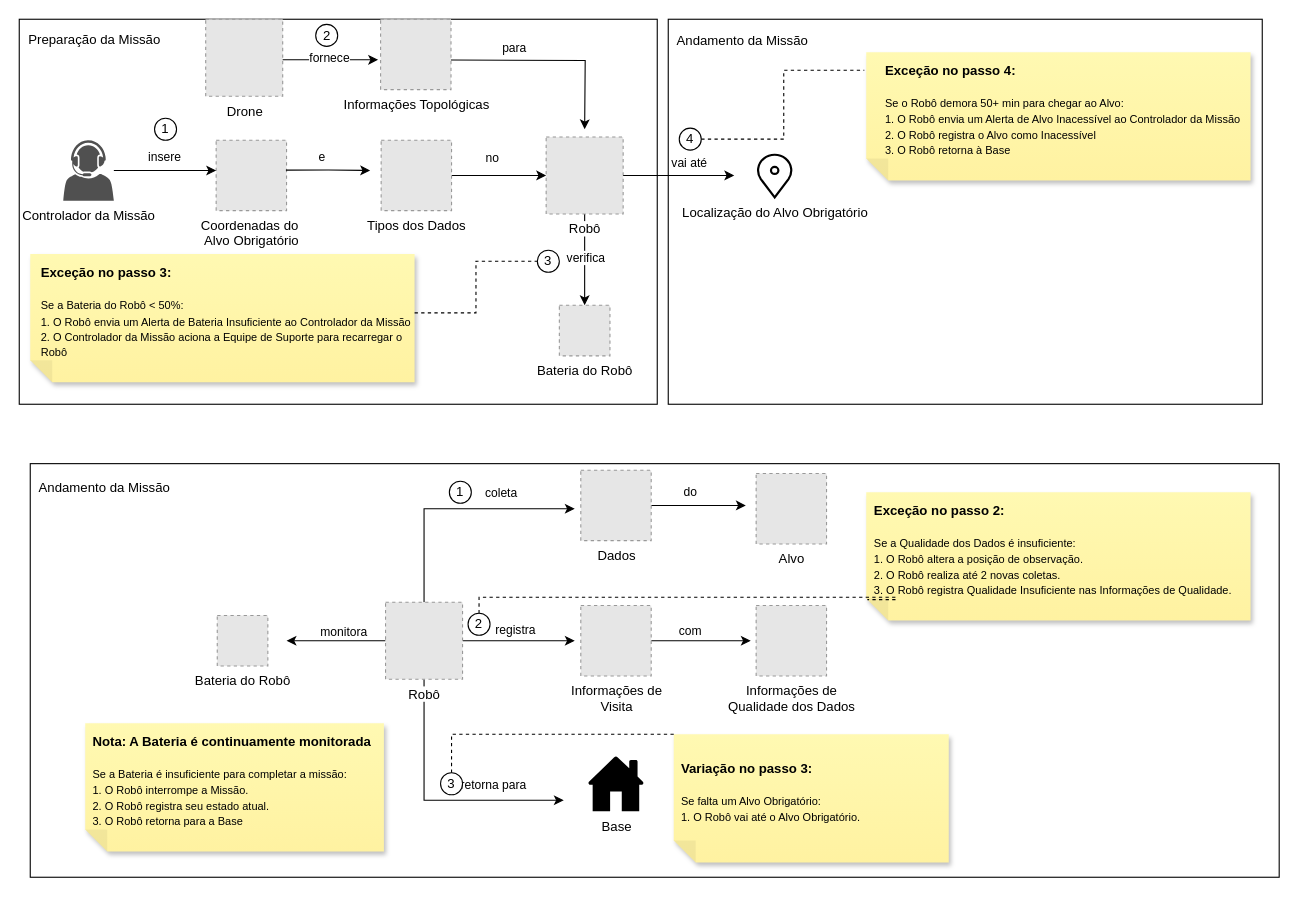
This is page "Cenário-1" (2 of 2) of fase-2-investigacao/diagramas/domain-scenarios.drawio from elisrb/projeto-si, a draw.io file, before an edit. Source tidied: cells renumbered, new cells numbered last; positions are measured from the earlier drawing's top-left corner, leaving out a move shared by most shapes. Both pictures are drawn from the tidied source at 110%, with x=0, y=0 at pixel (19, 19). Pictures stored in the file or linked from it are replaced by grey dashed boxes.
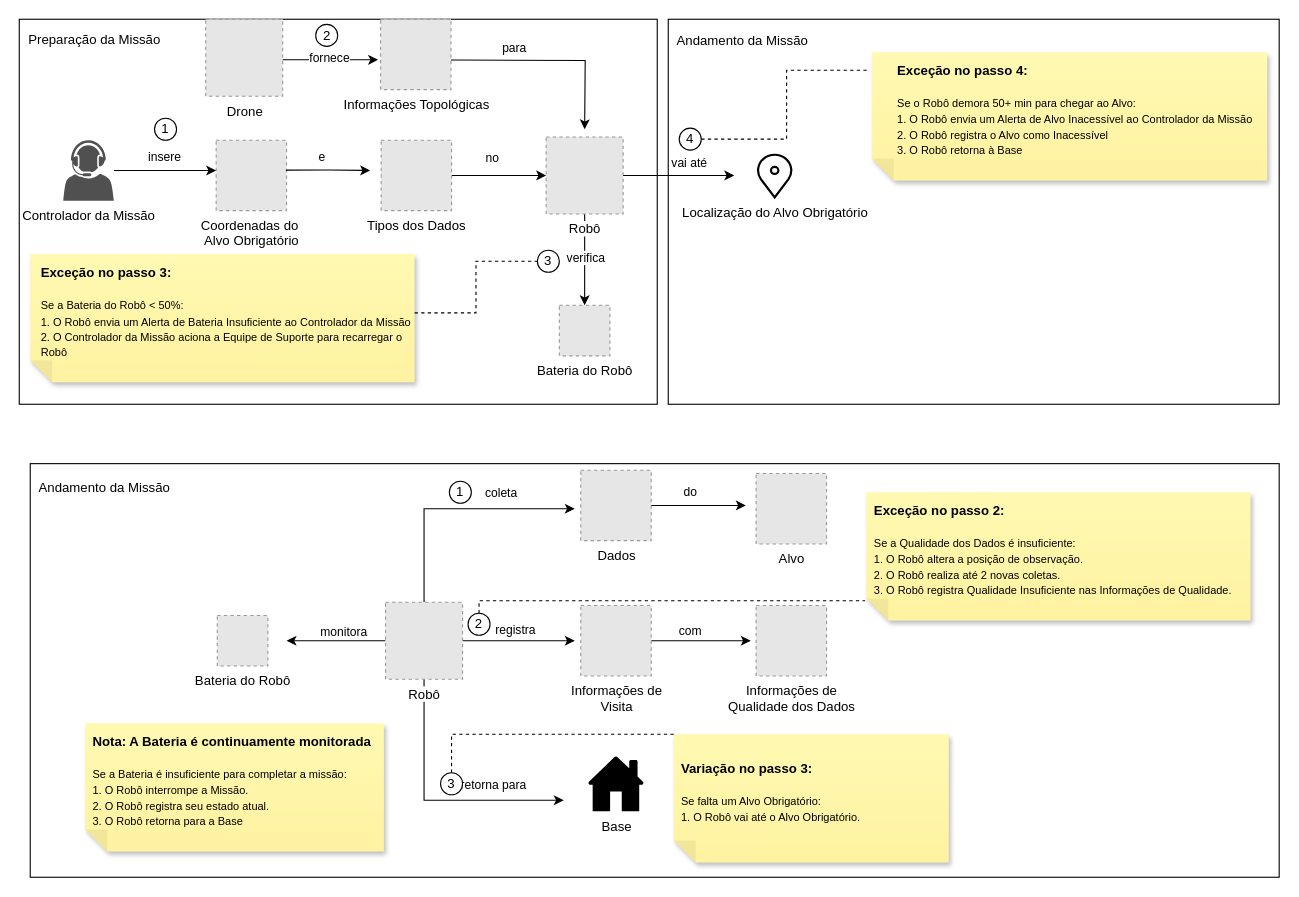
The same page after the edit.

The change refers to these unchanged cells:
```xml
<mxCell id="7" value="&lt;div style=&quot;text-align: left;&quot;&gt;&lt;b style=&quot;background-color: transparent; color: light-dark(#000000, var(--ge-light-color, #ffffff));&quot;&gt;Exceção no passo 2:&lt;/b&gt;&lt;/div&gt;&lt;br&gt;&lt;div style=&quot;text-align: left;&quot;&gt;&lt;font style=&quot;font-size: 10px;&quot;&gt;Se a Qualidade dos Dados é insuficiente:&lt;/font&gt;&lt;/div&gt;&lt;div style=&quot;text-align: left;&quot;&gt;&lt;font style=&quot;font-size: 10px;&quot;&gt;1. O Robô altera a posição de observação.&lt;/font&gt;&lt;/div&gt;&lt;div style=&quot;text-align: left;&quot;&gt;&lt;font style=&quot;font-size: 10px;&quot;&gt;2. O Robô realiza até 2 novas coletas.&lt;/font&gt;&lt;/div&gt;&lt;div style=&quot;text-align: left;&quot;&gt;&lt;font style=&quot;font-size: 10px;&quot;&gt;&lt;span style=&quot;background-color: transparent; color: light-dark(#000000, var(--ge-light-color, #ffffff));&quot;&gt;3. O Robô registra Qualidade Insuficiente nas Informações de Qualidade.&lt;/span&gt;&lt;br&gt;&lt;/font&gt;&lt;/div&gt;" style="text;html=1;whiteSpace=wrap;strokeColor=none;fillColor=none;align=center;verticalAlign=middle;rounded=0;" parent="5" vertex="1">
  <mxGeometry width="340" height="106.8" as="geometry" />
</mxCell>
<mxCell id="65" value="2" style="ellipse;whiteSpace=wrap;html=1;shapeInside=1;" parent="1" vertex="1">
  <mxGeometry x="408" y="540" width="20" height="20" as="geometry" />
</mxCell>
```

What changed in the source:
```diff
@@
     <mxCell id="37" style="group;" parent="1" vertex="1">
-      <mxGeometry x="590" width="540" height="350" as="geometry" />
+      <mxGeometry x="590" width="555.4" height="350" as="geometry" />
     </mxCell>
     <mxCell id="38" style="rounded=0;whiteSpace=wrap;html=1;" parent="37" vertex="1">
-      <mxGeometry width="540" height="350" as="geometry" />
+      <mxGeometry width="555.4" height="350" as="geometry" />
     </mxCell>
     <mxCell id="39" value="&amp;nbsp; Andamento da Missão" style="text;html=1;whiteSpace=wrap;strokeColor=none;fillColor=none;align=left;verticalAlign=middle;rounded=0;" parent="37" vertex="1">
-      <mxGeometry width="420" height="40.4" as="geometry" />
+      <mxGeometry width="432" height="40.4" as="geometry" />
     </mxCell>
     <mxCell id="40" style="group;" parent="37" vertex="1">
-      <mxGeometry x="180" y="30" width="349.4" height="116.5" as="geometry" />
+      <mxGeometry x="185.1" y="30" width="359.4" height="116.5" as="geometry" />
     </mxCell>
     <mxCell id="41" style="shape=note;whiteSpace=wrap;html=1;backgroundOutline=1;autosizeText=1;fontColor=#000000;darkOpacity=0.05;fillColor=#FFF9B2;strokeColor=none;fillStyle=solid;fontSize=20;direction=west;gradientDirection=north;gradientColor=#FFF2A1;shadow=1;size=20;" parent="40" vertex="1">
-      <mxGeometry width="349.4" height="116.5" as="geometry" />
+      <mxGeometry width="359.4" height="116.5" as="geometry" />
     </mxCell>
     <mxCell id="42" value="&lt;div style=&quot;text-align: left;&quot;&gt;&lt;b style=&quot;background-color: transparent; color: light-dark(#000000, var(--ge-light-color, #ffffff));&quot;&gt;Exceção no passo 4:&lt;/b&gt;&lt;/div&gt;&lt;br&gt;&lt;div style=&quot;text-align: left;&quot;&gt;&lt;font style=&quot;font-size: 10px;&quot;&gt;Se o Robô demora 50+ min para chegar ao Alvo:&lt;br&gt;1. O Robô envia um Alerta de Alvo Inacessível ao Controlador da Missão&lt;/font&gt;&lt;/div&gt;&lt;div style=&quot;text-align: left;&quot;&gt;&lt;font style=&quot;font-size: 10px;&quot;&gt;2. O Robô registra o Alvo como Inacessível&lt;/font&gt;&lt;/div&gt;&lt;div style=&quot;text-align: left;&quot;&gt;&lt;font style=&quot;font-size: 10px;&quot;&gt;3. O Robô retorna à Base&lt;/font&gt;&lt;/div&gt;" style="text;html=1;whiteSpace=wrap;strokeColor=none;fillColor=none;align=center;verticalAlign=middle;rounded=0;" parent="40" vertex="1">
-      <mxGeometry x="9.4" width="340" height="106.8" as="geometry" />
+      <mxGeometry x="9.7" width="349.7" height="106.8" as="geometry" />
     </mxCell>
@@
-    <mxCell id="69" style="edgeStyle=orthogonalEdgeStyle;rounded=0;jettySize=auto;html=1;entryX=0.003;entryY=0.914;entryDx=0;entryDy=0;entryPerimeter=0;defaultLabelBackgroundColor=page;labelPadding=0 4;dashed=1;endArrow=none;endFill=0;" parent="1" edge="1" source="65" target="7">
-      <mxGeometry x="0.23" relative="1" as="geometry">
+    <mxCell id="69" style="edgeStyle=orthogonalEdgeStyle;rounded=0;jettySize=auto;html=1;entryX=-0.003;entryY=0.923;entryDx=0;entryDy=0;entryPerimeter=0;defaultLabelBackgroundColor=page;labelPadding=0 4;dashed=1;endArrow=none;endFill=0;" parent="1" edge="1" source="65" target="7">
+      <mxGeometry x="0.22" relative="1" as="geometry">
         <Array as="points">
-          <mxPoint x="418" y="525.5" />
-          <mxPoint x="797" y="525.5" />
+          <mxPoint x="418" y="528.5" />
         </Array>
       </mxGeometry>
     </mxCell>
```
